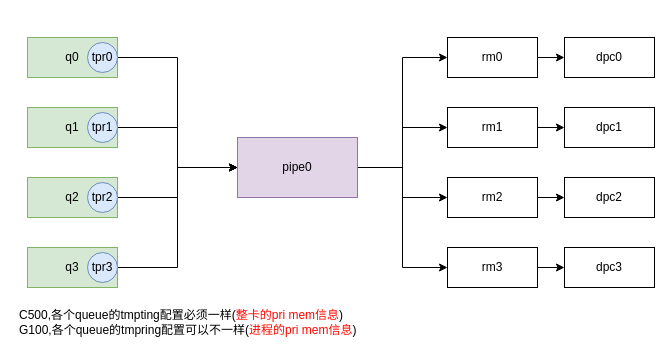
This is 500_primem_tmpring配置.drawio from denglin12315/drawio_repo, a draw.io file, before an edit. Source tidied: cells renumbered, new cells numbered last; positions are measured from the earlier drawing's top-left corner, leaving out a move shared by most shapes. Both pictures are drawn from the tidied source at 100%, with x=0, y=0 at pixel (17, 37).
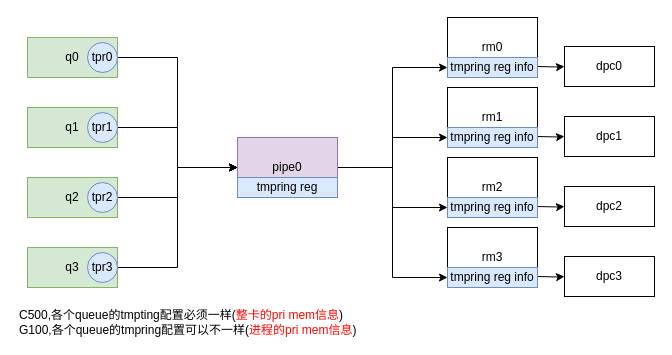
The same diagram, later.

What changed in the source:
```diff
@@
-    <mxCell id="10" style="edgeStyle=orthogonalEdgeStyle;rounded=0;jettySize=auto;html=1;exitX=1;exitY=0.5;exitDx=0;exitDy=0;entryX=0;entryY=0.5;entryDx=0;entryDy=0;" parent="1" edge="1" source="14" target="16">
+    <mxCell id="10" style="edgeStyle=orthogonalEdgeStyle;rounded=0;jettySize=auto;html=1;exitX=1;exitY=0.5;exitDx=0;exitDy=0;entryX=0;entryY=0.5;entryDx=0;entryDy=0;" parent="1" edge="1" source="14" target="33">
       <mxGeometry relative="1" as="geometry" />
     </mxCell>
-    <mxCell id="11" style="edgeStyle=orthogonalEdgeStyle;rounded=0;jettySize=auto;html=1;exitX=1;exitY=0.5;exitDx=0;exitDy=0;entryX=0;entryY=0.5;entryDx=0;entryDy=0;" parent="1" edge="1" source="14" target="18">
+    <mxCell id="11" style="edgeStyle=orthogonalEdgeStyle;rounded=0;jettySize=auto;html=1;exitX=1;exitY=0.5;exitDx=0;exitDy=0;entryX=0;entryY=0.5;entryDx=0;entryDy=0;" parent="1" edge="1" source="14" target="34">
       <mxGeometry relative="1" as="geometry" />
     </mxCell>
-    <mxCell id="12" style="edgeStyle=orthogonalEdgeStyle;rounded=0;jettySize=auto;html=1;exitX=1;exitY=0.5;exitDx=0;exitDy=0;entryX=0;entryY=0.5;entryDx=0;entryDy=0;" parent="1" edge="1" source="14" target="20">
+    <mxCell id="12" style="edgeStyle=orthogonalEdgeStyle;rounded=0;jettySize=auto;html=1;exitX=1;exitY=0.5;exitDx=0;exitDy=0;entryX=0;entryY=0.5;entryDx=0;entryDy=0;" parent="1" edge="1" source="14" target="35">
       <mxGeometry relative="1" as="geometry" />
     </mxCell>
-    <mxCell id="13" style="edgeStyle=orthogonalEdgeStyle;rounded=0;jettySize=auto;html=1;exitX=1;exitY=0.5;exitDx=0;exitDy=0;entryX=0;entryY=0.5;entryDx=0;entryDy=0;" parent="1" edge="1" source="14" target="22">
+    <mxCell id="13" style="edgeStyle=orthogonalEdgeStyle;rounded=0;jettySize=auto;html=1;exitX=1;exitY=0.5;exitDx=0;exitDy=0;entryX=0;entryY=0.5;entryDx=0;entryDy=0;" parent="1" edge="1" source="14" target="36">
       <mxGeometry relative="1" as="geometry" />
     </mxCell>
     <mxCell id="14" value="pipe0" style="rounded=0;whiteSpace=wrap;html=1;fillColor=#e1d5e7;strokeColor=#9673a6;" parent="1" vertex="1">
-      <mxGeometry x="220" y="100" width="120" height="60" as="geometry" />
+      <mxGeometry x="220" y="100" width="100" height="60" as="geometry" />
     </mxCell>
-    <mxCell id="15" style="edgeStyle=orthogonalEdgeStyle;rounded=0;jettySize=auto;html=1;" parent="1" edge="1" source="16" target="23">
-      <mxGeometry relative="1" as="geometry" />
+    <mxCell id="15" style="edgeStyle=orthogonalEdgeStyle;rounded=0;jettySize=auto;html=1;" parent="1" edge="1" target="23">
+      <mxGeometry relative="1" as="geometry">
+        <mxPoint x="520" y="29" as="sourcePoint" />
+      </mxGeometry>
     </mxCell>
     <mxCell id="16" value="rm0" style="rounded=0;whiteSpace=wrap;html=1;" parent="1" vertex="1">
-      <mxGeometry x="430" width="90" height="40" as="geometry" />
+      <mxGeometry x="430" y="-20" width="90" height="60" as="geometry" />
     </mxCell>
-    <mxCell id="17" style="edgeStyle=orthogonalEdgeStyle;rounded=0;jettySize=auto;html=1;" parent="1" edge="1" source="18" target="24">
-      <mxGeometry relative="1" as="geometry" />
+    <mxCell id="17" style="edgeStyle=orthogonalEdgeStyle;rounded=0;jettySize=auto;html=1;" parent="1" edge="1" target="24">
+      <mxGeometry relative="1" as="geometry">
+        <mxPoint x="520" y="99" as="sourcePoint" />
+      </mxGeometry>
     </mxCell>
     <mxCell id="18" value="rm1" style="rounded=0;whiteSpace=wrap;html=1;" parent="1" vertex="1">
-      <mxGeometry x="430" y="70" width="90" height="40" as="geometry" />
+      <mxGeometry x="430" y="50" width="90" height="60" as="geometry" />
     </mxCell>
-    <mxCell id="19" style="edgeStyle=orthogonalEdgeStyle;rounded=0;jettySize=auto;html=1;" parent="1" edge="1" source="20" target="25">
-      <mxGeometry relative="1" as="geometry" />
+    <mxCell id="19" style="edgeStyle=orthogonalEdgeStyle;rounded=0;jettySize=auto;html=1;" parent="1" edge="1" target="25">
+      <mxGeometry relative="1" as="geometry">
+        <mxPoint x="520" y="169" as="sourcePoint" />
+      </mxGeometry>
     </mxCell>
     <mxCell id="20" value="rm2" style="rounded=0;whiteSpace=wrap;html=1;" parent="1" vertex="1">
-      <mxGeometry x="430" y="140" width="90" height="40" as="geometry" />
+      <mxGeometry x="430" y="120" width="90" height="60" as="geometry" />
     </mxCell>
-    <mxCell id="21" style="edgeStyle=orthogonalEdgeStyle;rounded=0;jettySize=auto;html=1;" parent="1" edge="1" source="22" target="26">
-      <mxGeometry relative="1" as="geometry" />
+    <mxCell id="21" style="edgeStyle=orthogonalEdgeStyle;rounded=0;jettySize=auto;html=1;" parent="1" edge="1" target="26">
+      <mxGeometry relative="1" as="geometry">
+        <mxPoint x="520" y="239" as="sourcePoint" />
+      </mxGeometry>
     </mxCell>
     <mxCell id="22" value="rm3" style="rounded=0;whiteSpace=wrap;html=1;" parent="1" vertex="1">
-      <mxGeometry x="430" y="210" width="90" height="40" as="geometry" />
+      <mxGeometry x="430" y="190" width="90" height="60" as="geometry" />
     </mxCell>
     <mxCell id="23" value="dpc0" style="rounded=0;whiteSpace=wrap;html=1;" parent="1" vertex="1">
-      <mxGeometry x="547" width="90" height="40" as="geometry" />
+      <mxGeometry x="547" y="9" width="90" height="40" as="geometry" />
     </mxCell>
     <mxCell id="24" value="dpc1" style="rounded=0;whiteSpace=wrap;html=1;" parent="1" vertex="1">
-      <mxGeometry x="547" y="70" width="90" height="40" as="geometry" />
+      <mxGeometry x="547" y="79" width="90" height="40" as="geometry" />
     </mxCell>
     <mxCell id="25" value="dpc2" style="rounded=0;whiteSpace=wrap;html=1;" parent="1" vertex="1">
-      <mxGeometry x="547" y="140" width="90" height="40" as="geometry" />
+      <mxGeometry x="547" y="149" width="90" height="40" as="geometry" />
     </mxCell>
     <mxCell id="26" value="dpc3" style="rounded=0;whiteSpace=wrap;html=1;" parent="1" vertex="1">
-      <mxGeometry x="547" y="210" width="90" height="40" as="geometry" />
+      <mxGeometry x="547" y="219" width="90" height="40" as="geometry" />
     </mxCell>
@@
+    <mxCell id="32" value="tmpring reg" style="rounded=0;whiteSpace=wrap;html=1;fillColor=#dae8fc;strokeColor=#6c8ebf;" parent="1" vertex="1">
+      <mxGeometry x="220" y="140" width="100" height="20" as="geometry" />
+    </mxCell>
+    <mxCell id="33" value="tmpring reg info" style="rounded=0;whiteSpace=wrap;html=1;fillColor=#dae8fc;strokeColor=#6c8ebf;" parent="1" vertex="1">
+      <mxGeometry x="430" y="20" width="90" height="20" as="geometry" />
+    </mxCell>
+    <mxCell id="34" value="tmpring reg info" style="rounded=0;whiteSpace=wrap;html=1;fillColor=#dae8fc;strokeColor=#6c8ebf;" parent="1" vertex="1">
+      <mxGeometry x="430" y="90" width="90" height="20" as="geometry" />
+    </mxCell>
+    <mxCell id="35" value="tmpring reg info" style="rounded=0;whiteSpace=wrap;html=1;fillColor=#dae8fc;strokeColor=#6c8ebf;" parent="1" vertex="1">
+      <mxGeometry x="430" y="160" width="90" height="20" as="geometry" />
+    </mxCell>
+    <mxCell id="36" value="tmpring reg info" style="rounded=0;whiteSpace=wrap;html=1;fillColor=#dae8fc;strokeColor=#6c8ebf;" parent="1" vertex="1">
+      <mxGeometry x="430" y="230" width="90" height="20" as="geometry" />
+    </mxCell>
```
